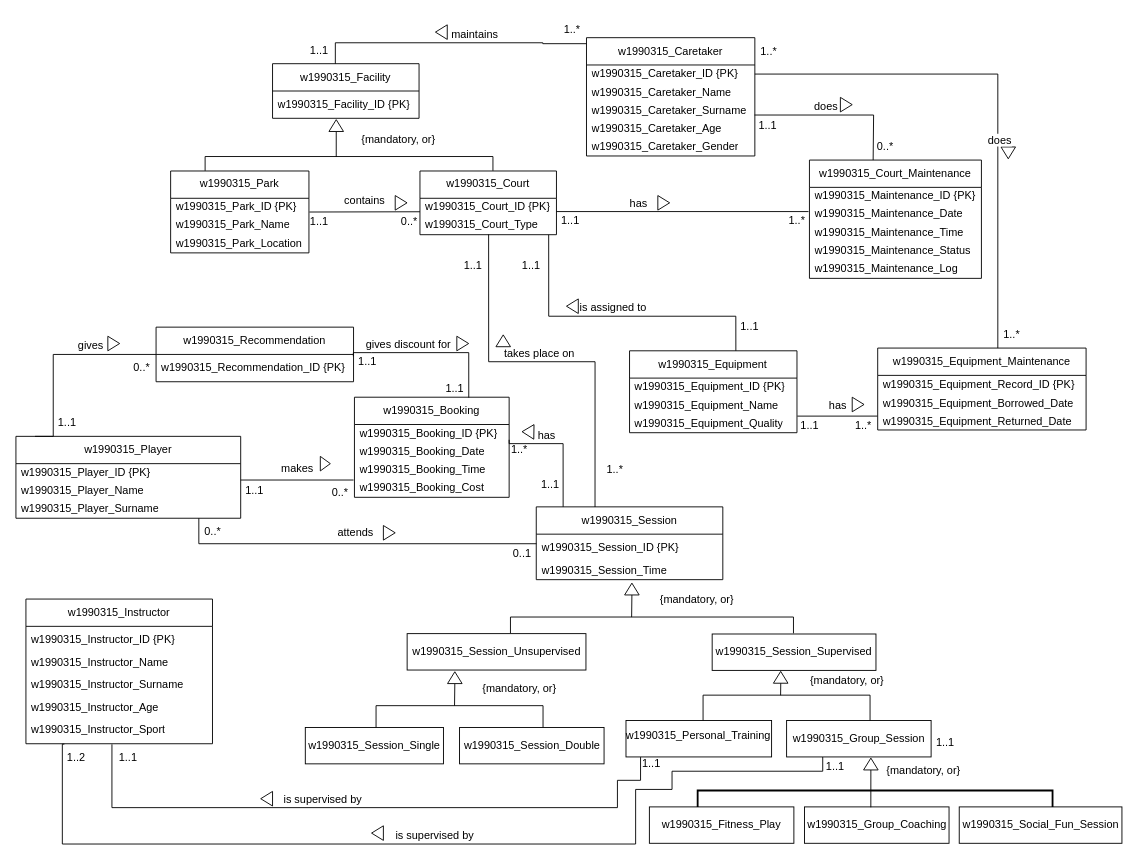
Above: page "Strona-1" (1 of 2) of DB_cwk.drawio in frajdzia/DB_cwk (draw.io), before the change. Source tidied: cells renumbered, new cells numbered last; positions are measured from the earlier drawing's top-left corner, leaving out a move shared by most shapes. Both pictures are drawn from the tidied source at 91%, with x=0, y=0 at pixel (15, 15).
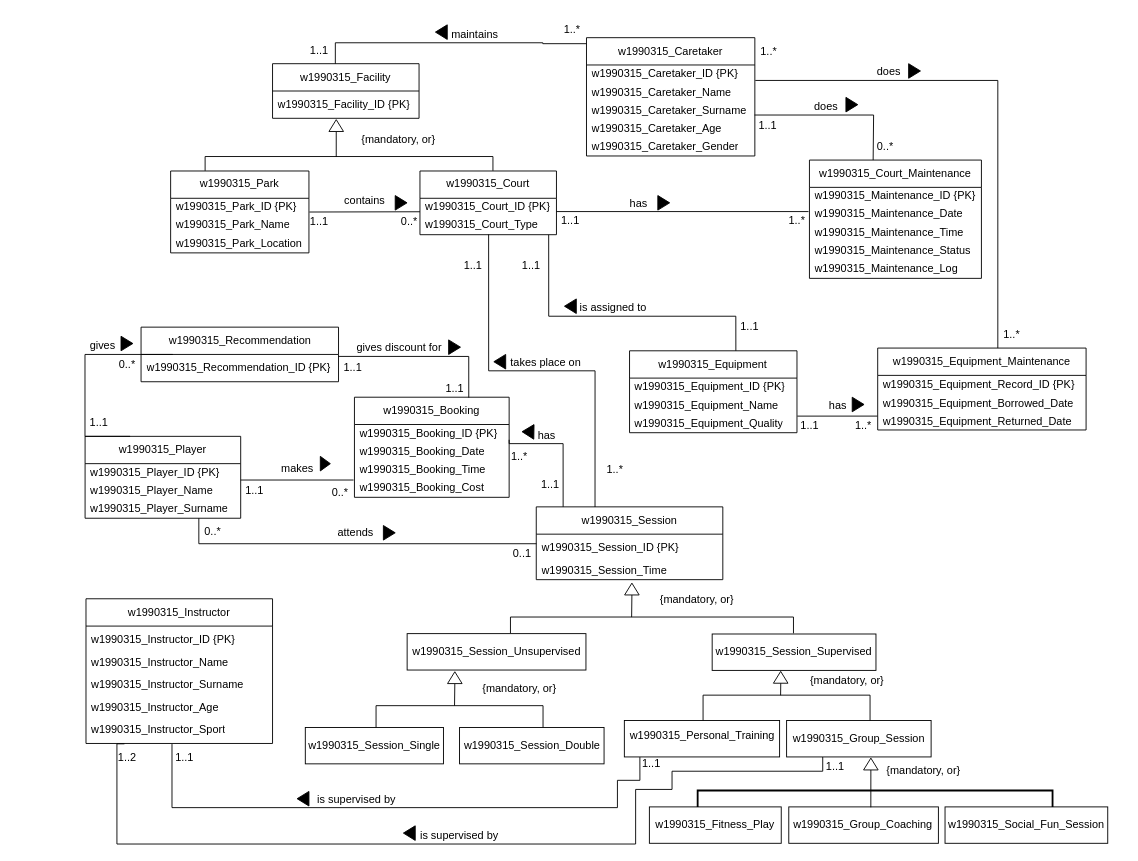
The same page after the edit.

The change refers to these unchanged cells:
```xml
<mxCell id="3" value="&lt;span style=&quot;text-align: center;&quot;&gt;w1990315_&lt;/span&gt;Caretaker_ID {PK}" style="text;align=left;verticalAlign=middle;spacingLeft=4;spacingRight=4;overflow=hidden;points=[[0,0.5],[1,0.5]];portConstraint=eastwest;whiteSpace=wrap;html=1;" parent="2" vertex="1">
  <mxGeometry y="30" width="185" height="20" as="geometry" />
</mxCell>
<mxCell id="10" value="&lt;span style=&quot;text-align: center;&quot;&gt;w1990315_&lt;/span&gt;Court_Type" style="text;align=left;verticalAlign=middle;spacingLeft=4;spacingRight=4;overflow=hidden;points=[[0,0.5],[1,0.5]];portConstraint=eastwest;whiteSpace=wrap;html=1;" parent="8" vertex="1">
  <mxGeometry y="50" width="150" height="20" as="geometry" />
</mxCell>
<mxCell id="15" value="w1990315_Session" style="swimlane;fontStyle=0;horizontal=1;startSize=30;whiteSpace=wrap;html=1;" parent="1" vertex="1">
  <mxGeometry x="571.8" y="539.5" width="205" height="80" as="geometry" />
</mxCell>
<mxCell id="23" value="&lt;span style=&quot;text-align: center;&quot;&gt;w1990315_&lt;/span&gt;Recommendation_ID {PK}" style="text;align=left;verticalAlign=middle;spacingLeft=4;spacingRight=4;overflow=hidden;points=[[0,0.5],[1,0.5]];portConstraint=eastwest;whiteSpace=wrap;html=1;" parent="22" vertex="1">
  <mxGeometry y="30" width="217" height="30" as="geometry" />
</mxCell>
<mxCell id="24" value="w1990315_Booking" style="swimlane;fontStyle=0;horizontal=1;startSize=30;whiteSpace=wrap;html=1;" parent="1" vertex="1">
  <mxGeometry x="372" y="419" width="170" height="110" as="geometry" />
</mxCell>
<mxCell id="77" value="&lt;span style=&quot;text-align: center;&quot;&gt;w1990315_Instructor_Sport&lt;/span&gt;" style="text;align=left;verticalAlign=middle;spacingLeft=4;spacingRight=4;overflow=hidden;points=[[0,0.5],[1,0.5]];portConstraint=eastwest;whiteSpace=wrap;html=1;" parent="72" vertex="1">
  <mxGeometry y="130" width="205" height="29" as="geometry" />
</mxCell>
<mxCell id="99" value="1..*" style="text;html=1;align=center;verticalAlign=middle;whiteSpace=wrap;rounded=0;" parent="1" vertex="1">
  <mxGeometry x="1079" y="335" width="31" height="30" as="geometry" />
</mxCell>
<mxCell id="122" value="w1990315_Group_Session" style="rounded=0;whiteSpace=wrap;html=1;" parent="1" vertex="1">
  <mxGeometry x="846.9" y="774.3" width="158.8" height="40" as="geometry" />
</mxCell>
```

The edit, as a diff of the source:
```diff
@@
     <mxCell id="18" value="w1990315_Player" style="swimlane;fontStyle=0;horizontal=1;startSize=30;whiteSpace=wrap;html=1;" parent="1" vertex="1">
-      <mxGeometry y="462" width="247" height="90" as="geometry" />
+      <mxGeometry x="76" y="462" width="171" height="90" as="geometry" />
     </mxCell>
     <mxCell id="19" value="&lt;span style=&quot;text-align: center;&quot;&gt;w1990315_&lt;/span&gt;Player_ID {PK}" style="text;align=left;verticalAlign=middle;spacingLeft=4;spacingRight=4;overflow=hidden;whiteSpace=wrap;html=1;" parent="18" vertex="1">
-      <mxGeometry y="30" width="247" height="20" as="geometry" />
+      <mxGeometry y="30" width="171" height="20" as="geometry" />
     </mxCell>
     <mxCell id="20" value="&lt;span style=&quot;text-align: center;&quot;&gt;w1990315_&lt;/span&gt;Player_Name" style="text;align=left;verticalAlign=middle;spacingLeft=4;spacingRight=4;overflow=hidden;whiteSpace=wrap;html=1;" parent="18" vertex="1">
-      <mxGeometry y="50" width="247" height="20" as="geometry" />
+      <mxGeometry y="50" width="171" height="20" as="geometry" />
     </mxCell>
     <mxCell id="21" value="&lt;span style=&quot;text-align: center;&quot;&gt;w1990315_&lt;/span&gt;Player_Surname" style="text;align=left;verticalAlign=middle;spacingLeft=4;spacingRight=4;overflow=hidden;whiteSpace=wrap;html=1;" parent="18" vertex="1">
-      <mxGeometry y="70" width="247" height="20" as="geometry" />
+      <mxGeometry y="70" width="171" height="20" as="geometry" />
     </mxCell>
     <mxCell id="22" value="w1990315_Recommendation" style="swimlane;fontStyle=0;horizontal=1;startSize=30;whiteSpace=wrap;html=1;" parent="1" vertex="1">
-      <mxGeometry x="154" y="342" width="217" height="60" as="geometry" />
+      <mxGeometry x="137.5" y="342" width="217" height="60" as="geometry" />
     </mxCell>
@@
-    <mxCell id="41" style="triangle;whiteSpace=wrap;html=1;" parent="1" vertex="1">
+    <mxCell id="41" style="triangle;whiteSpace=wrap;html=1;fillColor=#000000;" parent="1" vertex="1">
       <mxGeometry x="334.5" y="484" width="11" height="16" as="geometry" />
     </mxCell>
@@
     <mxCell id="43" value="takes place on" style="endArrow=none;html=1;endSize=12;startArrow=none;startSize=14;startFill=0;edgeStyle=orthogonalEdgeStyle;align=center;verticalAlign=bottom;endFill=0;rounded=0;fontSize=12;entryX=0.503;entryY=0.986;entryDx=0;entryDy=0;entryPerimeter=0;exitX=0.315;exitY=0.002;exitDx=0;exitDy=0;exitPerimeter=0;" parent="1" edge="1" source="15" target="10">
-      <mxGeometry x="0.06" relative="1" as="geometry">
+      <mxGeometry x="-0.02" relative="1" as="geometry">
         <Array as="points">
-          <mxPoint x="637" y="380" />
-          <mxPoint x="520" y="380" />
+          <mxPoint x="636" y="390" />
+          <mxPoint x="519" y="390" />
         </Array>
       </mxGeometry>
     </mxCell>
@@
-    <mxCell id="48" style="triangle;whiteSpace=wrap;html=1;" parent="1" vertex="1">
+    <mxCell id="48" style="triangle;whiteSpace=wrap;html=1;fillColor=#000000;" parent="1" vertex="1">
       <mxGeometry x="705.4" y="197.4" width="13" height="16" as="geometry" />
     </mxCell>
-    <mxCell id="49" style="triangle;whiteSpace=wrap;html=1;" parent="1" vertex="1">
-      <mxGeometry x="906" y="89.5" width="13" height="16" as="geometry" />
+    <mxCell id="49" style="triangle;whiteSpace=wrap;html=1;fillColor=#000000;" parent="1" vertex="1">
+      <mxGeometry x="912.1" y="89.5" width="13" height="16" as="geometry" />
     </mxCell>
-    <mxCell id="50" style="triangle;whiteSpace=wrap;html=1;" parent="1" vertex="1">
+    <mxCell id="50" style="triangle;whiteSpace=wrap;html=1;fillColor=#000000;" parent="1" vertex="1">
       <mxGeometry x="403.8" y="560" width="13" height="16" as="geometry" />
     </mxCell>
@@
-    <mxCell id="52" style="triangle;whiteSpace=wrap;html=1;rotation=-179;" parent="1" vertex="1">
+    <mxCell id="52" style="triangle;whiteSpace=wrap;html=1;rotation=-179;fillColor=#000000;" parent="1" vertex="1">
       <mxGeometry x="556.2" y="449" width="13" height="16" as="geometry" />
     </mxCell>
@@
-    <mxCell id="54" style="triangle;whiteSpace=wrap;html=1;rotation=-180;" parent="1" vertex="1">
+    <mxCell id="54" style="triangle;whiteSpace=wrap;html=1;rotation=-180;fillColor=#000000;" parent="1" vertex="1">
       <mxGeometry x="461" y="9.8" width="13" height="16" as="geometry" />
     </mxCell>
@@
-    <mxCell id="64" value="gives" style="endArrow=none;html=1;endSize=12;startArrow=none;startSize=14;startFill=0;edgeStyle=orthogonalEdgeStyle;align=center;verticalAlign=bottom;endFill=0;rounded=0;fontSize=12;entryX=0;entryY=0;entryDx=0;entryDy=0;entryPerimeter=0;exitX=0.085;exitY=0;exitDx=0;exitDy=0;exitPerimeter=0;" parent="1" edge="1" source="18" target="23">
+    <mxCell id="64" value="gives" style="endArrow=none;html=1;endSize=12;startArrow=none;startSize=14;startFill=0;edgeStyle=orthogonalEdgeStyle;align=center;verticalAlign=bottom;endFill=0;rounded=0;fontSize=12;entryX=0;entryY=0;entryDx=0;entryDy=0;entryPerimeter=0;exitX=0.085;exitY=0;exitDx=0;exitDy=0;exitPerimeter=0;" parent="1" edge="1">
       <mxGeometry x="0.35" relative="1" as="geometry">
+        <mxPoint x="125.5" y="462" as="sourcePoint" />
+        <mxPoint x="172.4" y="372" as="targetPoint" />
         <Array as="points">
-          <mxPoint x="41" y="462" />
-          <mxPoint x="41" y="372" />
+          <mxPoint x="75.9" y="462" />
+          <mxPoint x="75.9" y="372" />
         </Array>
       </mxGeometry>
     </mxCell>
-    <mxCell id="65" style="triangle;whiteSpace=wrap;html=1;" parent="1" vertex="1">
-      <mxGeometry x="101" y="352" width="13" height="16" as="geometry" />
+    <mxCell id="65" style="triangle;whiteSpace=wrap;html=1;fillColor=#000000;" parent="1" vertex="1">
+      <mxGeometry x="115.5" y="352" width="13" height="16" as="geometry" />
     </mxCell>
-    <mxCell id="66" style="triangle;whiteSpace=wrap;html=1;rotation=-180;" parent="1" vertex="1">
-      <mxGeometry x="605" y="311" width="13" height="16" as="geometry" />
+    <mxCell id="66" style="triangle;whiteSpace=wrap;html=1;rotation=-180;fillColor=#000000;rounded=0;" parent="1" vertex="1">
+      <mxGeometry x="602.8" y="311" width="13" height="16" as="geometry" />
     </mxCell>
@@
-    <mxCell id="68" style="triangle;whiteSpace=wrap;html=1;rotation=90;" parent="1" vertex="1">
-      <mxGeometry x="1084" y="142.5" width="13" height="16" as="geometry" />
-    </mxCell>
-    <mxCell id="69" style="triangle;whiteSpace=wrap;html=1;" parent="1" vertex="1">
+    <mxCell id="69" style="triangle;whiteSpace=wrap;html=1;fillColor=#000000;" parent="1" vertex="1">
       <mxGeometry x="919" y="419" width="13" height="16" as="geometry" />
     </mxCell>
-    <mxCell id="70" style="triangle;whiteSpace=wrap;html=1;rotation=-90;" parent="1" vertex="1">
-      <mxGeometry x="529" y="349" width="13" height="16" as="geometry" />
+    <mxCell id="70" style="triangle;whiteSpace=wrap;html=1;rotation=-180;fillColor=#000000;" parent="1" vertex="1">
+      <mxGeometry x="525.2" y="372" width="13" height="16" as="geometry" />
     </mxCell>
-    <mxCell id="71" value="does" style="endArrow=none;html=1;endSize=12;startArrow=none;startSize=14;startFill=0;edgeStyle=orthogonalEdgeStyle;align=center;verticalAlign=bottom;endFill=0;rounded=0;fontSize=12;entryX=0;entryY=1;entryDx=0;entryDy=0;exitX=1;exitY=0.5;exitDx=0;exitDy=0;" parent="1" edge="1" source="3" target="99">
-      <mxGeometry x="0.23" y="2" relative="1" as="geometry">
+    <mxCell id="71" value="does" style="endArrow=none;html=1;endSize=12;startArrow=none;startSize=14;startFill=0;edgeStyle=orthogonalEdgeStyle;align=center;verticalAlign=bottom;endFill=0;rounded=0;fontSize=12;entryX=0;entryY=1;entryDx=0;entryDy=0;exitX=1;exitY=0.5;exitDx=0;exitDy=0;" parent="1" edge="1" target="99">
+      <mxGeometry x="-0.48" y="1" relative="1" as="geometry">
+        <mxPoint x="812.5" y="70.9" as="sourcePoint" />
         <Array as="points">
-          <mxPoint x="1079" y="64" />
+          <mxPoint x="1079" y="71" />
         </Array>
       </mxGeometry>
     </mxCell>
     <mxCell id="72" value="w1990315_Instructor" style="swimlane;fontStyle=0;horizontal=1;startSize=30;whiteSpace=wrap;html=1;" parent="1" vertex="1">
-      <mxGeometry x="11" y="640.8" width="205" height="159" as="geometry" />
+      <mxGeometry x="77" y="640.5" width="205" height="159" as="geometry" />
     </mxCell>
@@
     <mxCell id="78" value="is supervised by" style="endArrow=none;html=1;endSize=12;startArrow=none;startSize=14;startFill=0;edgeStyle=orthogonalEdgeStyle;align=center;verticalAlign=bottom;endFill=0;rounded=0;fontSize=12;entryX=0.206;entryY=1.013;entryDx=0;entryDy=0;exitX=0.25;exitY=1;exitDx=0;exitDy=0;entryPerimeter=0;" parent="1" edge="1" source="122" target="77">
       <mxGeometry relative="1" as="geometry">
         <Array as="points">
           <mxPoint x="887" y="830" />
           <mxPoint x="721" y="830" />
           <mxPoint x="721" y="850" />
           <mxPoint x="681" y="850" />
           <mxPoint x="681" y="910" />
-          <mxPoint x="51" y="910" />
-          <mxPoint x="51" y="800" />
+          <mxPoint x="111" y="910" />
+          <mxPoint x="111" y="800" />
         </Array>
       </mxGeometry>
     </mxCell>
-    <mxCell id="79" style="triangle;whiteSpace=wrap;html=1;rotation=-180;" parent="1" vertex="1">
-      <mxGeometry x="390.8" y="890" width="13" height="16" as="geometry" />
+    <mxCell id="79" style="triangle;whiteSpace=wrap;html=1;rotation=-180;gradientColor=none;fillColor=#000000;" parent="1" vertex="1">
+      <mxGeometry x="425.8" y="890" width="13" height="16" as="geometry" />
     </mxCell>
@@
     <mxCell id="84" value="1..*" style="text;html=1;align=center;verticalAlign=middle;whiteSpace=wrap;rounded=0;" parent="1" vertex="1">
-      <mxGeometry x="538.2" y="462" width="31" height="30" as="geometry" />
+      <mxGeometry x="538.2" y="470" width="31" height="30" as="geometry" />
     </mxCell>
@@
     <mxCell id="89" value="0..*" style="text;html=1;align=center;verticalAlign=middle;whiteSpace=wrap;rounded=0;" parent="1" vertex="1">
-      <mxGeometry x="123" y="372" width="31" height="30" as="geometry" />
+      <mxGeometry x="106.5" y="368" width="31" height="30" as="geometry" />
     </mxCell>
     <mxCell id="90" value="1..1" style="text;html=1;align=center;verticalAlign=middle;whiteSpace=wrap;rounded=0;" parent="1" vertex="1">
-      <mxGeometry x="41" y="432" width="31" height="30" as="geometry" />
+      <mxGeometry x="76" y="432" width="31" height="30" as="geometry" />
     </mxCell>
@@
-    <mxCell id="97" value="1..1" style="text;html=1;align=center;verticalAlign=middle;whiteSpace=wrap;rounded=0;" parent="1" vertex="1">
-      <mxGeometry x="1005.6" y="784.3" width="31" height="30" as="geometry" />
-    </mxCell>
     <mxCell id="98" value="1..2" style="text;html=1;align=center;verticalAlign=middle;whiteSpace=wrap;rounded=0;" parent="1" vertex="1">
-      <mxGeometry x="51" y="799.5" width="31" height="30" as="geometry" />
+      <mxGeometry x="107" y="800.1" width="31" height="30" as="geometry" />
     </mxCell>
@@
     <mxCell id="121" value="&lt;table&gt;&lt;tbody&gt;&lt;tr&gt;&lt;td&gt;w1990315_Personal_Training&lt;/td&gt;&lt;/tr&gt;&lt;/tbody&gt;&lt;/table&gt;&lt;table&gt;&lt;tbody&gt;&lt;tr&gt;&lt;td&gt;&lt;/td&gt;&lt;/tr&gt;&lt;/tbody&gt;&lt;/table&gt;" style="rounded=0;whiteSpace=wrap;html=1;" parent="1" vertex="1">
-      <mxGeometry x="670.4" y="774.3" width="160" height="40" as="geometry" />
+      <mxGeometry x="668.6" y="774.3" width="170.6" height="40" as="geometry" />
     </mxCell>
@@
     <mxCell id="123" value="w1990315_Fitness_Play" style="rounded=0;whiteSpace=wrap;html=1;" parent="1" vertex="1">
-      <mxGeometry x="696.1" y="869.2" width="158.8" height="40" as="geometry" />
+      <mxGeometry x="696.1" y="869.2" width="144.9" height="40" as="geometry" />
     </mxCell>
-    <mxCell id="124" style="triangle;whiteSpace=wrap;html=1;" parent="1" vertex="1">
+    <mxCell id="124" style="triangle;whiteSpace=wrap;html=1;fillColor=#000000;" parent="1" vertex="1">
       <mxGeometry x="416.8" y="197.4" width="13" height="16" as="geometry" />
     </mxCell>
     <mxCell id="125" value="gives discount for" style="endArrow=none;html=1;endSize=12;startArrow=none;startSize=14;startFill=0;edgeStyle=orthogonalEdgeStyle;align=center;verticalAlign=bottom;endFill=0;rounded=0;fontSize=12;entryX=0.739;entryY=0.004;entryDx=0;entryDy=0;entryPerimeter=0;exitX=0.999;exitY=0.072;exitDx=0;exitDy=0;exitPerimeter=0;" parent="1" edge="1" source="23" target="24">
       <mxGeometry x="-0.29" relative="1" as="geometry">
         <Array as="points">
-          <mxPoint x="391" y="370" />
-          <mxPoint x="485" y="370" />
+          <mxPoint x="498" y="374" />
         </Array>
       </mxGeometry>
     </mxCell>
-    <mxCell id="126" style="triangle;whiteSpace=wrap;html=1;" parent="1" vertex="1">
-      <mxGeometry x="484.5" y="352" width="13" height="16" as="geometry" />
+    <mxCell id="126" style="triangle;whiteSpace=wrap;html=1;fillColor=#000000;" parent="1" vertex="1">
+      <mxGeometry x="475.5" y="356" width="13" height="16" as="geometry" />
     </mxCell>
     <mxCell id="127" value="1..1" style="text;html=1;align=center;verticalAlign=middle;whiteSpace=wrap;rounded=0;" parent="1" vertex="1">
-      <mxGeometry x="371" y="365" width="31" height="30" as="geometry" />
+      <mxGeometry x="354.5" y="372" width="31" height="30" as="geometry" />
     </mxCell>
@@
     <mxCell id="129" value="w1990315_Group_Coaching" style="rounded=0;whiteSpace=wrap;html=1;" parent="1" vertex="1">
-      <mxGeometry x="866.6" y="869.2" width="158.8" height="40" as="geometry" />
+      <mxGeometry x="849.3" y="869.2" width="164.4" height="40" as="geometry" />
     </mxCell>
     <mxCell id="130" value="w1990315_Social_Fun_Session" style="rounded=0;whiteSpace=wrap;html=1;" parent="1" vertex="1">
-      <mxGeometry x="1036.6" y="869.2" width="178.8" height="40" as="geometry" />
+      <mxGeometry x="1021" y="869.2" width="178.8" height="40" as="geometry" />
     </mxCell>
@@
     <mxCell id="135" value="is supervised by" style="endArrow=none;html=1;endSize=12;startArrow=none;startSize=14;startFill=0;edgeStyle=orthogonalEdgeStyle;align=center;verticalAlign=bottom;endFill=0;rounded=0;fontSize=12;entryX=0.461;entryY=1.022;entryDx=0;entryDy=0;exitX=0.1;exitY=1.005;exitDx=0;exitDy=0;exitPerimeter=0;entryPerimeter=0;" parent="1" edge="1" source="121" target="77">
       <mxGeometry x="0.15" relative="1" as="geometry">
         <Array as="points">
           <mxPoint x="686" y="840" />
           <mxPoint x="661" y="840" />
           <mxPoint x="661" y="870" />
-          <mxPoint x="106" y="870" />
+          <mxPoint x="171" y="870" />
         </Array>
         <mxPoint x="1" as="offset" />
       </mxGeometry>
     </mxCell>
-    <mxCell id="136" style="triangle;whiteSpace=wrap;html=1;rotation=-180;" parent="1" vertex="1">
-      <mxGeometry x="269" y="852.2" width="13" height="16" as="geometry" />
+    <mxCell id="136" style="triangle;whiteSpace=wrap;html=1;rotation=-180;fillColor=#000000;" parent="1" vertex="1">
+      <mxGeometry x="309" y="852.2" width="13" height="16" as="geometry" />
     </mxCell>
@@
     <mxCell id="140" value="1..1" style="text;html=1;align=center;verticalAlign=middle;whiteSpace=wrap;rounded=0;" parent="1" vertex="1">
-      <mxGeometry x="108" y="799.5" width="31" height="30" as="geometry" />
+      <mxGeometry x="170" y="800.1" width="31" height="30" as="geometry" />
     </mxCell>
+    <mxCell id="141" style="triangle;whiteSpace=wrap;html=1;fillColor=#000000;" parent="1" vertex="1">
+      <mxGeometry x="981" y="52.5" width="13" height="16" as="geometry" />
+    </mxCell>
```
